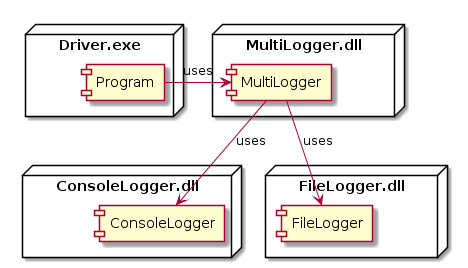
The PlantUML diagram Lesson 06 Multiple Output Log/Solution 1 MultiLogger Class and Library/images/Deployment-Diagram.png in cmps253/design-architecture, before a commit.
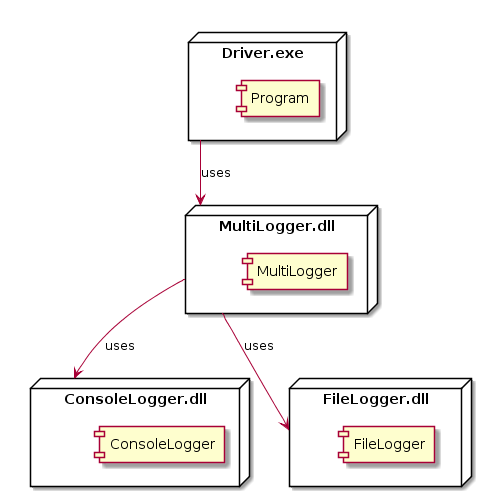
Later version of the same file.

Commit message:
fixed deployment diagrams

Diff of the diagram source:
```diff
@@ -12,7 +12,7 @@
     [FileLogger]
 }
 
-[Program] -right-> [MultiLogger] : uses
-[MultiLogger] -down-> [ConsoleLogger] :uses
-[MultiLogger] -down-> [FileLogger] :uses
+Driver.exe -down-> MultiLogger.dll : uses
+MultiLogger.dll -down-> ConsoleLogger.dll :uses
+MultiLogger.dll -down-> FileLogger.dll :uses
 @enduml
```
